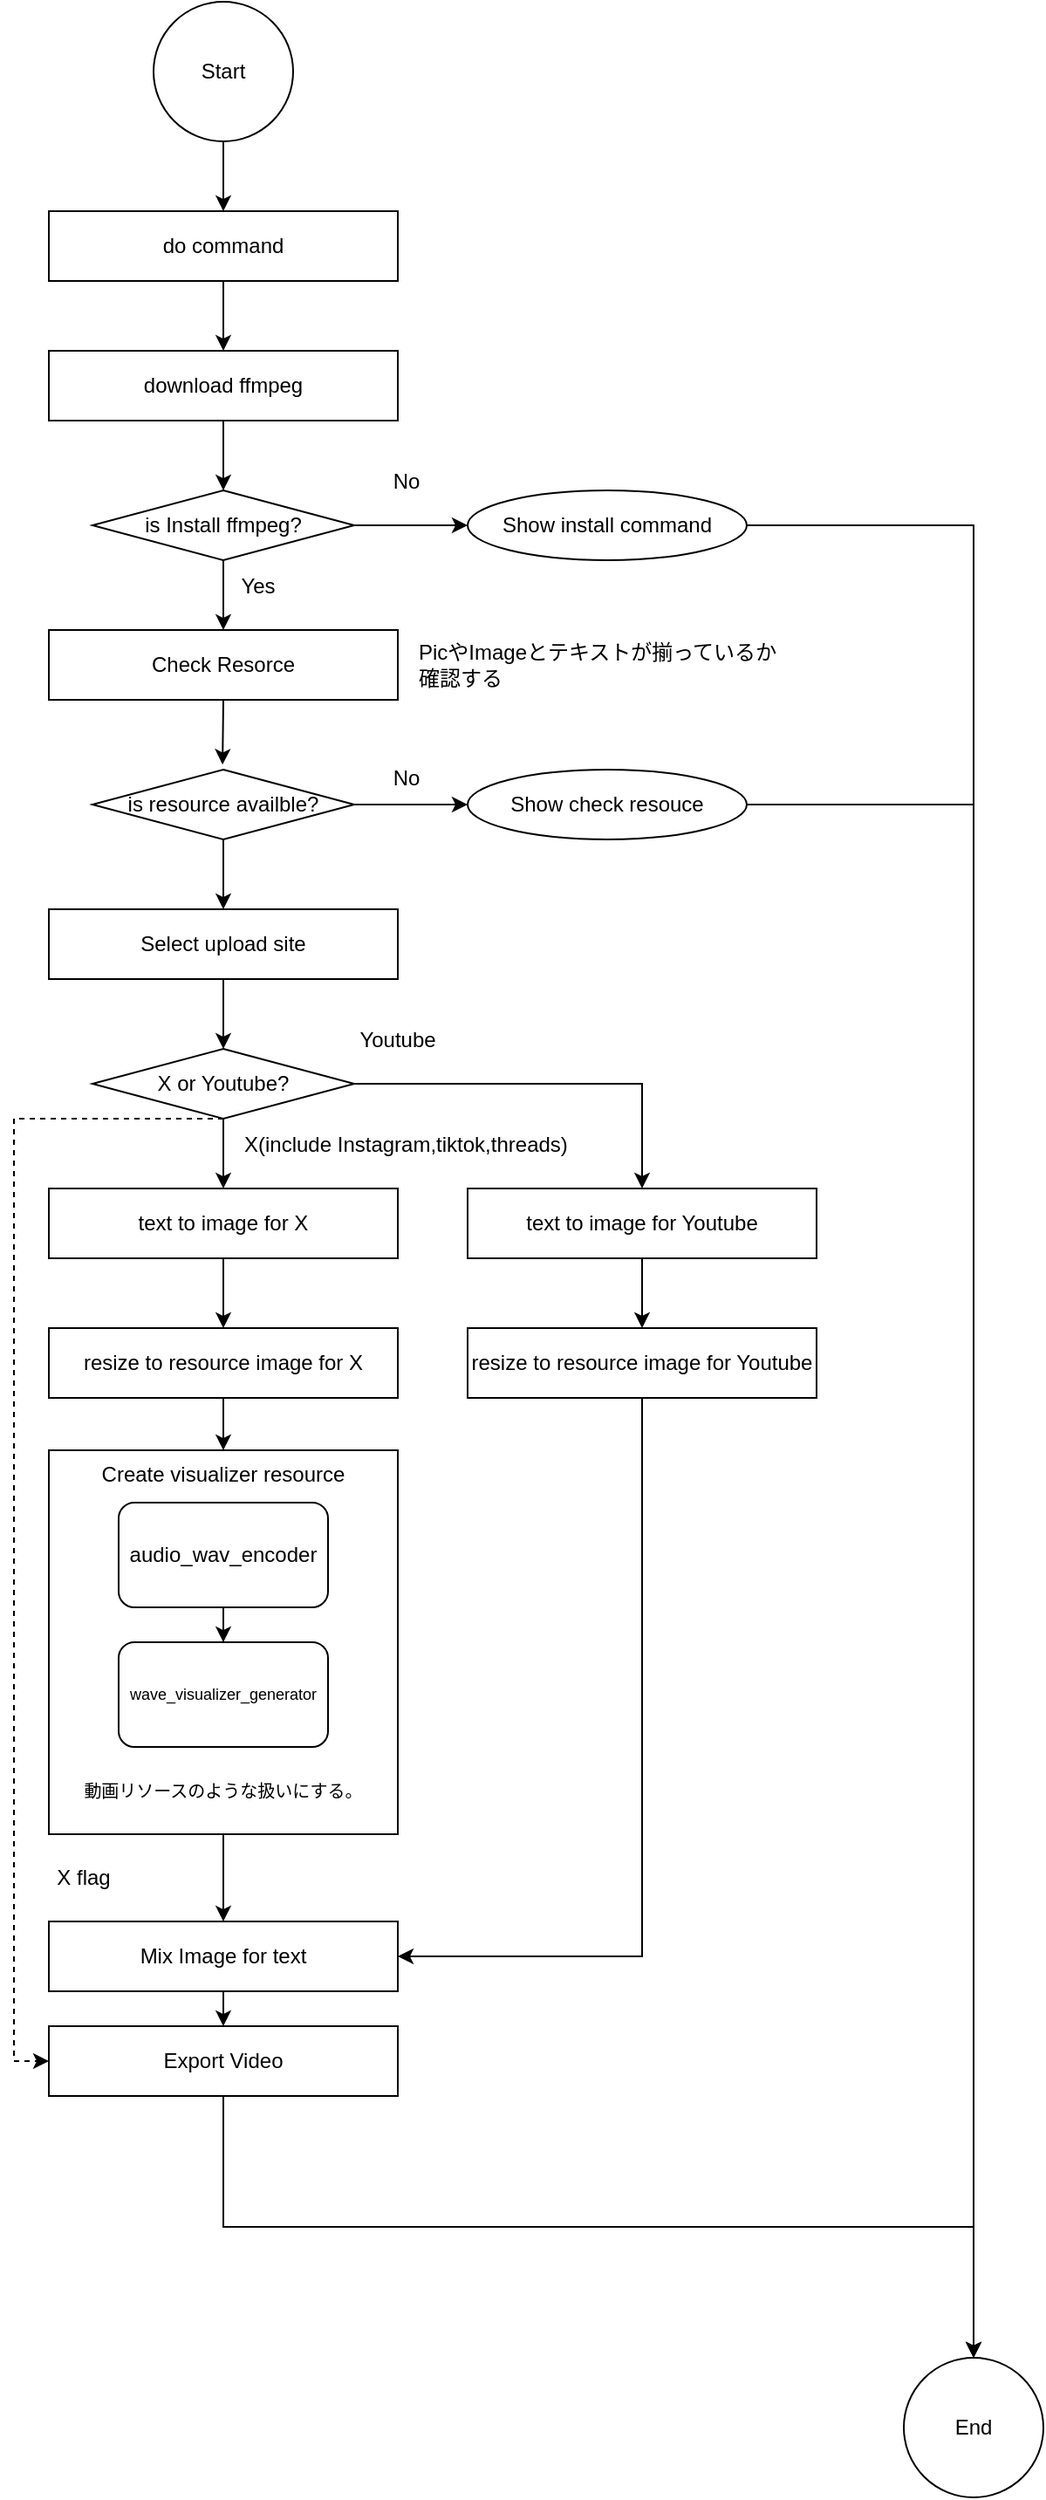
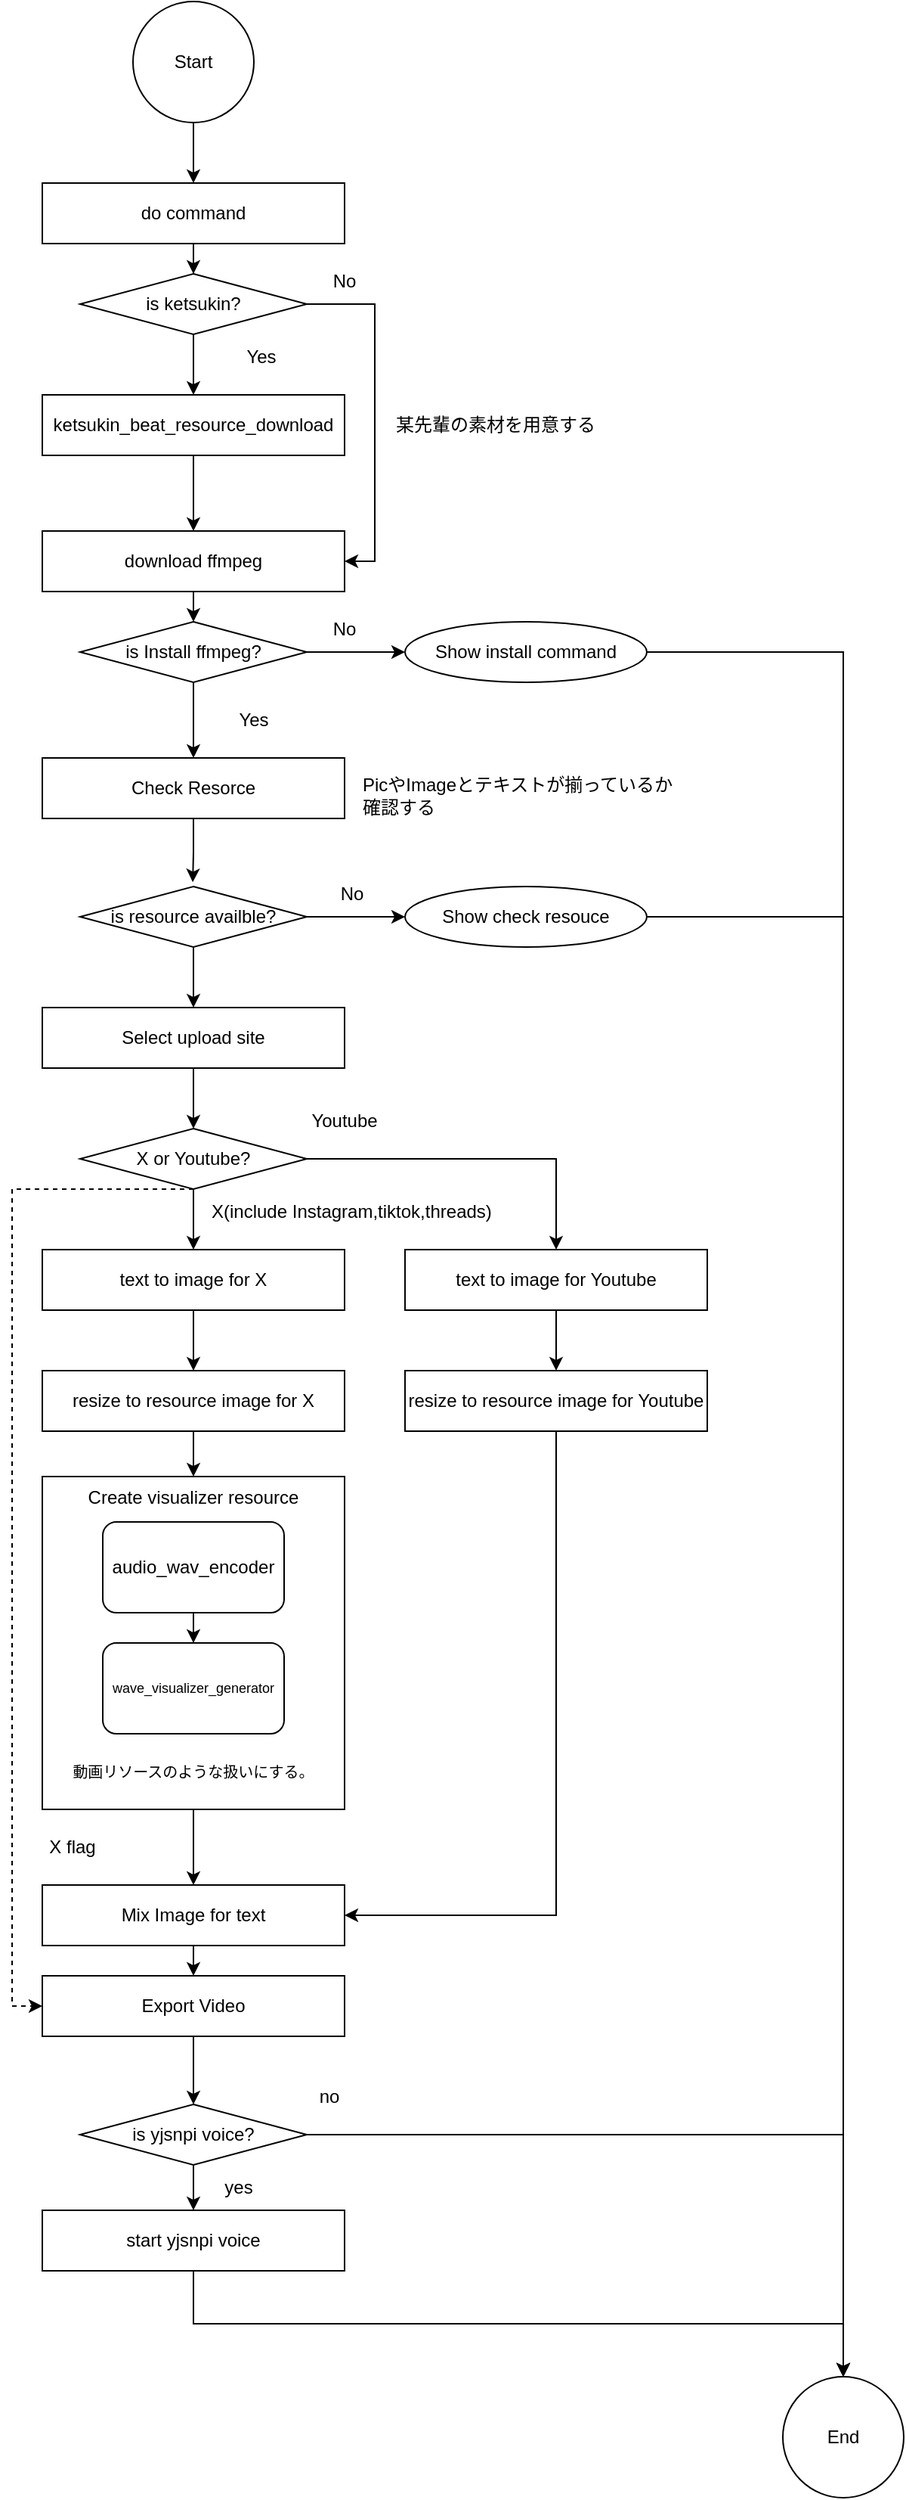
- <mxfile host="Electron" agent="Mozilla/5.0 (X11; Linux x86_64) AppleWebKit/537.36 (KHTML, like Gecko) draw.io/29.6.6 Chrome/144.0.7559.236 Electron/40.8.4 Safari/537.36" version="29.6.6">
+ <mxfile host="Electron" agent="Mozilla/5.0 (X11; Linux x86_64) AppleWebKit/537.36 (KHTML, like Gecko) draw.io/29.6.6 Chrome/144.0.7559.236 Electron/40.8.4 Safari/537.36">
  <diagram name="ページ-1" id="6JKJIOsoURyhCwaFBJSy">
-     <mxGraphModel dx="606" dy="379" grid="1" gridSize="10" guides="1" tooltips="1" connect="1" arrows="1" fold="1" page="1" pageScale="1" pageWidth="827" pageHeight="1169" math="0" shadow="0">
+     <mxGraphModel dx="491" dy="714" grid="1" gridSize="10" guides="1" tooltips="1" connect="1" arrows="1" fold="1" page="1" pageScale="1" pageWidth="827" pageHeight="1169" math="0" shadow="0">
      <root>
        <mxCell id="0" />
        <mxCell id="1" parent="0" />
        <mxCell id="oFxsUnqLAWK3JcWDMuzW-7" edge="1" parent="1" source="oFxsUnqLAWK3JcWDMuzW-3" style="edgeStyle=orthogonalEdgeStyle;rounded=0;orthogonalLoop=1;jettySize=auto;html=1;exitX=0.5;exitY=1;exitDx=0;exitDy=0;entryX=0.5;entryY=0;entryDx=0;entryDy=0;" target="oFxsUnqLAWK3JcWDMuzW-6">
          <mxGeometry relative="1" as="geometry" />
        </mxCell>
        <mxCell id="oFxsUnqLAWK3JcWDMuzW-3" parent="1" style="rounded=0;whiteSpace=wrap;html=1;" value="download ffmpeg" vertex="1">
-           <mxGeometry height="40" width="200" x="40" y="240" as="geometry" />
+           <mxGeometry height="40" width="200" x="40" y="360" as="geometry" />
+         </mxCell>
+         <mxCell id="OeID72aS5qTnFy26xbNs-3" edge="1" parent="1" source="oFxsUnqLAWK3JcWDMuzW-4" style="edgeStyle=orthogonalEdgeStyle;rounded=0;orthogonalLoop=1;jettySize=auto;html=1;entryX=0.5;entryY=0;entryDx=0;entryDy=0;" target="OeID72aS5qTnFy26xbNs-2">
+           <mxGeometry relative="1" as="geometry" />
        </mxCell>
        <mxCell id="oFxsUnqLAWK3JcWDMuzW-4" parent="1" style="rounded=0;whiteSpace=wrap;html=1;" value="do command" vertex="1">
-           <mxGeometry height="40" width="200" x="40" y="160" as="geometry" />
-         </mxCell>
-         <mxCell id="oFxsUnqLAWK3JcWDMuzW-5" edge="1" parent="1" source="oFxsUnqLAWK3JcWDMuzW-4" style="edgeStyle=orthogonalEdgeStyle;rounded=0;orthogonalLoop=1;jettySize=auto;html=1;exitX=0.5;exitY=1;exitDx=0;exitDy=0;entryX=0.5;entryY=0;entryDx=0;entryDy=0;" target="oFxsUnqLAWK3JcWDMuzW-3">
-           <mxGeometry relative="1" as="geometry">
-             <mxPoint x="190" y="220" as="targetPoint" />
-           </mxGeometry>
-         </mxCell>
-         <mxCell id="oFxsUnqLAWK3JcWDMuzW-23" edge="1" parent="1" source="oFxsUnqLAWK3JcWDMuzW-6" style="edgeStyle=orthogonalEdgeStyle;rounded=0;orthogonalLoop=1;jettySize=auto;html=1;exitX=0.5;exitY=1;exitDx=0;exitDy=0;entryX=0.5;entryY=0;entryDx=0;entryDy=0;" target="oFxsUnqLAWK3JcWDMuzW-22">
-           <mxGeometry relative="1" as="geometry" />
+           <mxGeometry height="40" width="200" x="40" y="130" as="geometry" />
        </mxCell>
        <mxCell id="DIZuPNYMKfpXQcljgCdc-13" edge="1" parent="1" source="oFxsUnqLAWK3JcWDMuzW-6" style="edgeStyle=orthogonalEdgeStyle;rounded=0;orthogonalLoop=1;jettySize=auto;html=1;exitX=1;exitY=0.5;exitDx=0;exitDy=0;entryX=0;entryY=0.5;entryDx=0;entryDy=0;" target="oFxsUnqLAWK3JcWDMuzW-15">
          <mxGeometry relative="1" as="geometry" />
        </mxCell>
+         <mxCell id="OeID72aS5qTnFy26xbNs-6" edge="1" parent="1" source="oFxsUnqLAWK3JcWDMuzW-6" style="edgeStyle=orthogonalEdgeStyle;rounded=0;orthogonalLoop=1;jettySize=auto;html=1;exitX=0.5;exitY=1;exitDx=0;exitDy=0;" target="oFxsUnqLAWK3JcWDMuzW-22">
+           <mxGeometry relative="1" as="geometry" />
+         </mxCell>
        <mxCell id="oFxsUnqLAWK3JcWDMuzW-6" parent="1" style="rhombus;whiteSpace=wrap;html=1;" value="is Install ffmpeg?" vertex="1">
-           <mxGeometry height="40" width="150" x="65" y="320" as="geometry" />
+           <mxGeometry height="40" width="150" x="65" y="420" as="geometry" />
        </mxCell>
        <mxCell id="oFxsUnqLAWK3JcWDMuzW-19" edge="1" parent="1" source="oFxsUnqLAWK3JcWDMuzW-15" style="edgeStyle=orthogonalEdgeStyle;rounded=0;orthogonalLoop=1;jettySize=auto;html=1;exitX=1;exitY=0.5;exitDx=0;exitDy=0;entryX=0.5;entryY=0;entryDx=0;entryDy=0;" target="oFxsUnqLAWK3JcWDMuzW-16">
          <mxGeometry relative="1" as="geometry" />
        </mxCell>
        <mxCell id="oFxsUnqLAWK3JcWDMuzW-15" parent="1" style="ellipse;whiteSpace=wrap;html=1;" value="Show install command" vertex="1">
-           <mxGeometry height="40" width="160" x="280" y="320" as="geometry" />
+           <mxGeometry height="40" width="160" x="280" y="420" as="geometry" />
        </mxCell>
        <mxCell id="oFxsUnqLAWK3JcWDMuzW-16" parent="1" style="ellipse;whiteSpace=wrap;html=1;aspect=fixed;" value="End" vertex="1">
-           <mxGeometry height="80" width="80" x="530" y="1390" as="geometry" />
+           <mxGeometry height="80" width="80" x="530" y="1580" as="geometry" />
        </mxCell>
        <mxCell id="oFxsUnqLAWK3JcWDMuzW-18" edge="1" parent="1" source="oFxsUnqLAWK3JcWDMuzW-17" style="edgeStyle=orthogonalEdgeStyle;rounded=0;orthogonalLoop=1;jettySize=auto;html=1;exitX=0.5;exitY=1;exitDx=0;exitDy=0;entryX=0.5;entryY=0;entryDx=0;entryDy=0;" target="oFxsUnqLAWK3JcWDMuzW-4">
          <mxGeometry relative="1" as="geometry" />
        </mxCell>
        <mxCell id="oFxsUnqLAWK3JcWDMuzW-17" parent="1" style="ellipse;whiteSpace=wrap;html=1;aspect=fixed;" value="Start" vertex="1">
-           <mxGeometry height="80" width="80" x="100" y="40" as="geometry" />
+           <mxGeometry height="80" width="80" x="100" y="10" as="geometry" />
        </mxCell>
        <mxCell id="oFxsUnqLAWK3JcWDMuzW-20" parent="1" style="text;html=1;whiteSpace=wrap;strokeColor=none;fillColor=none;align=center;verticalAlign=middle;rounded=0;" value="No" vertex="1">
-           <mxGeometry height="30" width="60" x="215" y="300" as="geometry" />
+           <mxGeometry height="30" width="60" x="210" y="410" as="geometry" />
        </mxCell>
        <mxCell id="oFxsUnqLAWK3JcWDMuzW-22" parent="1" style="rounded=0;whiteSpace=wrap;html=1;" value="Check Resorce" vertex="1">
-           <mxGeometry height="40" width="200" x="40" y="400" as="geometry" />
+           <mxGeometry height="40" width="200" x="40" y="510" as="geometry" />
        </mxCell>
        <mxCell id="oFxsUnqLAWK3JcWDMuzW-24" parent="1" style="text;html=1;whiteSpace=wrap;strokeColor=none;fillColor=none;align=center;verticalAlign=middle;rounded=0;" value="Yes" vertex="1">
-           <mxGeometry height="30" width="60" x="130" y="360" as="geometry" />
+           <mxGeometry height="30" width="60" x="150" y="470" as="geometry" />
        </mxCell>
        <mxCell id="oFxsUnqLAWK3JcWDMuzW-25" parent="1" style="text;html=1;whiteSpace=wrap;strokeColor=none;fillColor=none;align=left;verticalAlign=middle;rounded=0;" value="PicやImageとテキストが揃っているか確認する" vertex="1">
-           <mxGeometry height="30" width="210" x="250" y="405" as="geometry" />
+           <mxGeometry height="30" width="210" x="250" y="520" as="geometry" />
        </mxCell>
        <mxCell id="DIZuPNYMKfpXQcljgCdc-4" edge="1" parent="1" source="DIZuPNYMKfpXQcljgCdc-1" style="edgeStyle=orthogonalEdgeStyle;rounded=0;orthogonalLoop=1;jettySize=auto;html=1;exitX=1;exitY=0.5;exitDx=0;exitDy=0;entryX=0;entryY=0.5;entryDx=0;entryDy=0;" target="DIZuPNYMKfpXQcljgCdc-3">
          <mxGeometry relative="1" as="geometry" />
        </mxCell>
        <mxCell id="DIZuPNYMKfpXQcljgCdc-15" edge="1" parent="1" source="DIZuPNYMKfpXQcljgCdc-1" style="edgeStyle=orthogonalEdgeStyle;rounded=0;orthogonalLoop=1;jettySize=auto;html=1;exitX=0.5;exitY=1;exitDx=0;exitDy=0;entryX=0.5;entryY=0;entryDx=0;entryDy=0;" target="DIZuPNYMKfpXQcljgCdc-14">
          <mxGeometry relative="1" as="geometry" />
        </mxCell>
        <mxCell id="DIZuPNYMKfpXQcljgCdc-1" parent="1" style="rhombus;whiteSpace=wrap;html=1;" value="is resource availble?" vertex="1">
-           <mxGeometry height="40" width="150" x="65" y="480" as="geometry" />
+           <mxGeometry height="40" width="150" x="65" y="595" as="geometry" />
        </mxCell>
        <mxCell id="DIZuPNYMKfpXQcljgCdc-2" edge="1" parent="1" source="oFxsUnqLAWK3JcWDMuzW-22" style="edgeStyle=orthogonalEdgeStyle;rounded=0;orthogonalLoop=1;jettySize=auto;html=1;exitX=0.5;exitY=1;exitDx=0;exitDy=0;entryX=0.497;entryY=-0.071;entryDx=0;entryDy=0;entryPerimeter=0;" target="DIZuPNYMKfpXQcljgCdc-1">
-           <mxGeometry relative="1" as="geometry" />
+           <mxGeometry relative="1" as="geometry">
+             <mxPoint x="140" y="555" as="sourcePoint" />
+           </mxGeometry>
        </mxCell>
        <mxCell id="DIZuPNYMKfpXQcljgCdc-5" edge="1" parent="1" source="DIZuPNYMKfpXQcljgCdc-3" style="edgeStyle=orthogonalEdgeStyle;rounded=0;orthogonalLoop=1;jettySize=auto;html=1;exitX=1;exitY=0.5;exitDx=0;exitDy=0;entryX=0.5;entryY=0;entryDx=0;entryDy=0;" target="oFxsUnqLAWK3JcWDMuzW-16">
          <mxGeometry relative="1" as="geometry" />
        </mxCell>
        <mxCell id="DIZuPNYMKfpXQcljgCdc-3" parent="1" style="ellipse;whiteSpace=wrap;html=1;" value="Show check resouce" vertex="1">
-           <mxGeometry height="40" width="160" x="280" y="480" as="geometry" />
+           <mxGeometry height="40" width="160" x="280" y="595" as="geometry" />
        </mxCell>
        <mxCell id="DIZuPNYMKfpXQcljgCdc-6" parent="1" style="text;html=1;whiteSpace=wrap;strokeColor=none;fillColor=none;align=center;verticalAlign=middle;rounded=0;" value="No" vertex="1">
-           <mxGeometry height="30" width="60" x="215" y="470" as="geometry" />
+           <mxGeometry height="30" width="60" x="215" y="585" as="geometry" />
        </mxCell>
        <mxCell id="gJagic9Y_sWXbMIieYUf-6" edge="1" parent="1" source="DIZuPNYMKfpXQcljgCdc-7" style="edgeStyle=orthogonalEdgeStyle;rounded=0;orthogonalLoop=1;jettySize=auto;html=1;exitX=0.5;exitY=1;exitDx=0;exitDy=0;entryX=0.5;entryY=0;entryDx=0;entryDy=0;" target="gJagic9Y_sWXbMIieYUf-3">
          <mxGeometry relative="1" as="geometry" />
        </mxCell>
        <mxCell id="DIZuPNYMKfpXQcljgCdc-7" parent="1" style="rounded=0;whiteSpace=wrap;html=1;" value="text to image for X" vertex="1">
-           <mxGeometry height="40" width="200" x="40" y="720" as="geometry" />
+           <mxGeometry height="40" width="200" x="40" y="835" as="geometry" />
        </mxCell>
        <mxCell id="gJagic9Y_sWXbMIieYUf-15" edge="1" parent="1" source="DIZuPNYMKfpXQcljgCdc-10" style="edgeStyle=orthogonalEdgeStyle;rounded=0;orthogonalLoop=1;jettySize=auto;html=1;exitX=0.5;exitY=1;exitDx=0;exitDy=0;entryX=0.5;entryY=0;entryDx=0;entryDy=0;" target="gJagic9Y_sWXbMIieYUf-10">
          <mxGeometry relative="1" as="geometry" />
        </mxCell>
        <mxCell id="DIZuPNYMKfpXQcljgCdc-10" parent="1" style="rounded=0;whiteSpace=wrap;html=1;" value="Mix Image for text" vertex="1">
-           <mxGeometry height="40" width="200" x="40" y="1140" as="geometry" />
+           <mxGeometry height="40" width="200" x="40" y="1255" as="geometry" />
        </mxCell>
        <mxCell id="DIZuPNYMKfpXQcljgCdc-17" edge="1" parent="1" source="DIZuPNYMKfpXQcljgCdc-14" style="edgeStyle=orthogonalEdgeStyle;rounded=0;orthogonalLoop=1;jettySize=auto;html=1;exitX=0.5;exitY=1;exitDx=0;exitDy=0;entryX=0.5;entryY=0;entryDx=0;entryDy=0;" target="DIZuPNYMKfpXQcljgCdc-16">
          <mxGeometry relative="1" as="geometry" />
        </mxCell>
        <mxCell id="DIZuPNYMKfpXQcljgCdc-14" parent="1" style="rounded=0;whiteSpace=wrap;html=1;" value="Select upload site" vertex="1">
-           <mxGeometry height="40" width="200" x="40" y="560" as="geometry" />
+           <mxGeometry height="40" width="200" x="40" y="675" as="geometry" />
        </mxCell>
        <mxCell id="vhGzbowb0dWBPeKZ3N6s-1" edge="1" parent="1" source="DIZuPNYMKfpXQcljgCdc-16" style="edgeStyle=orthogonalEdgeStyle;rounded=0;orthogonalLoop=1;jettySize=auto;html=1;exitX=0.5;exitY=1;exitDx=0;exitDy=0;" target="DIZuPNYMKfpXQcljgCdc-7">
          <mxGeometry relative="1" as="geometry" />
        </mxCell>
        <mxCell id="gJagic9Y_sWXbMIieYUf-13" edge="1" parent="1" source="DIZuPNYMKfpXQcljgCdc-16" style="edgeStyle=orthogonalEdgeStyle;rounded=0;orthogonalLoop=1;jettySize=auto;html=1;exitX=0.5;exitY=1;exitDx=0;exitDy=0;entryX=0;entryY=0.5;entryDx=0;entryDy=0;dashed=1;" target="gJagic9Y_sWXbMIieYUf-10">
          <mxGeometry relative="1" as="geometry">
            <Array as="points">
-               <mxPoint x="20" y="680" />
-               <mxPoint x="20" y="1220" />
+               <mxPoint x="20" y="795" />
+               <mxPoint x="20" y="1335" />
            </Array>
          </mxGeometry>
        </mxCell>
        <mxCell id="DIZuPNYMKfpXQcljgCdc-16" parent="1" style="rhombus;whiteSpace=wrap;html=1;" value="X or Youtube?" vertex="1">
-           <mxGeometry height="40" width="150" x="65" y="640" as="geometry" />
+           <mxGeometry height="40" width="150" x="65" y="755" as="geometry" />
        </mxCell>
        <mxCell id="vhGzbowb0dWBPeKZ3N6s-2" parent="1" style="rounded=0;whiteSpace=wrap;html=1;" value="text to image for Youtube" vertex="1">
-           <mxGeometry height="40" width="200" x="280" y="720" as="geometry" />
+           <mxGeometry height="40" width="200" x="280" y="835" as="geometry" />
        </mxCell>
        <mxCell id="vhGzbowb0dWBPeKZ3N6s-3" edge="1" parent="1" source="DIZuPNYMKfpXQcljgCdc-16" style="edgeStyle=orthogonalEdgeStyle;rounded=0;orthogonalLoop=1;jettySize=auto;html=1;exitX=1;exitY=0.5;exitDx=0;exitDy=0;" target="vhGzbowb0dWBPeKZ3N6s-2">
          <mxGeometry relative="1" as="geometry">
-             <mxPoint x="380" y="720" as="targetPoint" />
+             <mxPoint x="380" y="835" as="targetPoint" />
          </mxGeometry>
        </mxCell>
        <mxCell id="gJagic9Y_sWXbMIieYUf-2" parent="1" style="text;html=1;whiteSpace=wrap;strokeColor=none;fillColor=none;align=left;verticalAlign=middle;rounded=0;" value="X(include&amp;nbsp;Instagram,tiktok,threads)" vertex="1">
-           <mxGeometry height="30" width="60" x="150" y="680" as="geometry" />
+           <mxGeometry height="30" width="60" x="150" y="795" as="geometry" />
        </mxCell>
        <mxCell id="gJagic9Y_sWXbMIieYUf-7" edge="1" parent="1" source="M5bY66jBs89uF1czBIwP-1" style="edgeStyle=orthogonalEdgeStyle;rounded=0;orthogonalLoop=1;jettySize=auto;html=1;exitX=0.5;exitY=1;exitDx=0;exitDy=0;entryX=0.5;entryY=0;entryDx=0;entryDy=0;" target="DIZuPNYMKfpXQcljgCdc-10">
          <mxGeometry relative="1" as="geometry" />
        </mxCell>
        <mxCell id="M5bY66jBs89uF1czBIwP-11" edge="1" parent="1" source="gJagic9Y_sWXbMIieYUf-3" style="edgeStyle=orthogonalEdgeStyle;rounded=0;orthogonalLoop=1;jettySize=auto;html=1;exitX=0.5;exitY=1;exitDx=0;exitDy=0;entryX=0.5;entryY=0;entryDx=0;entryDy=0;" target="M5bY66jBs89uF1czBIwP-1">
          <mxGeometry relative="1" as="geometry" />
        </mxCell>
        <mxCell id="gJagic9Y_sWXbMIieYUf-3" parent="1" style="rounded=0;whiteSpace=wrap;html=1;" value="resize to resource image for X" vertex="1">
-           <mxGeometry height="40" width="200" x="40" y="800" as="geometry" />
+           <mxGeometry height="40" width="200" x="40" y="915" as="geometry" />
        </mxCell>
        <mxCell id="gJagic9Y_sWXbMIieYUf-8" edge="1" parent="1" source="gJagic9Y_sWXbMIieYUf-4" style="edgeStyle=orthogonalEdgeStyle;rounded=0;orthogonalLoop=1;jettySize=auto;html=1;exitX=0.5;exitY=1;exitDx=0;exitDy=0;entryX=1;entryY=0.5;entryDx=0;entryDy=0;" target="DIZuPNYMKfpXQcljgCdc-10">
          <mxGeometry relative="1" as="geometry" />
        </mxCell>
        <mxCell id="gJagic9Y_sWXbMIieYUf-4" parent="1" style="rounded=0;whiteSpace=wrap;html=1;" value="resize to resource image for Youtube" vertex="1">
-           <mxGeometry height="40" width="200" x="280" y="800" as="geometry" />
+           <mxGeometry height="40" width="200" x="280" y="915" as="geometry" />
        </mxCell>
        <mxCell id="gJagic9Y_sWXbMIieYUf-5" edge="1" parent="1" source="vhGzbowb0dWBPeKZ3N6s-2" style="edgeStyle=orthogonalEdgeStyle;rounded=0;orthogonalLoop=1;jettySize=auto;html=1;exitX=0.5;exitY=1;exitDx=0;exitDy=0;entryX=0.5;entryY=0;entryDx=0;entryDy=0;" target="gJagic9Y_sWXbMIieYUf-4">
          <mxGeometry relative="1" as="geometry">
-             <mxPoint x="390" y="790" as="targetPoint" />
+             <mxPoint x="390" y="905" as="targetPoint" />
          </mxGeometry>
        </mxCell>
        <mxCell id="gJagic9Y_sWXbMIieYUf-9" parent="1" style="text;html=1;whiteSpace=wrap;strokeColor=none;fillColor=none;align=center;verticalAlign=middle;rounded=0;" value="Youtube" vertex="1">
-           <mxGeometry height="30" width="60" x="210" y="620" as="geometry" />
-         </mxCell>
-         <mxCell id="gJagic9Y_sWXbMIieYUf-16" edge="1" parent="1" source="gJagic9Y_sWXbMIieYUf-10" style="edgeStyle=orthogonalEdgeStyle;rounded=0;orthogonalLoop=1;jettySize=auto;html=1;exitX=0.5;exitY=1;exitDx=0;exitDy=0;" target="oFxsUnqLAWK3JcWDMuzW-16">
+           <mxGeometry height="30" width="60" x="210" y="735" as="geometry" />
+         </mxCell>
+         <mxCell id="OeID72aS5qTnFy26xbNs-17" edge="1" parent="1" source="gJagic9Y_sWXbMIieYUf-10" style="edgeStyle=orthogonalEdgeStyle;rounded=0;orthogonalLoop=1;jettySize=auto;html=1;exitX=0.5;exitY=1;exitDx=0;exitDy=0;" target="OeID72aS5qTnFy26xbNs-16">
          <mxGeometry relative="1" as="geometry" />
        </mxCell>
        <mxCell id="gJagic9Y_sWXbMIieYUf-10" parent="1" style="rounded=0;whiteSpace=wrap;html=1;" value="Export Video" vertex="1">
-           <mxGeometry height="40" width="200" x="40" y="1200" as="geometry" />
+           <mxGeometry height="40" width="200" x="40" y="1315" as="geometry" />
        </mxCell>
        <mxCell id="gJagic9Y_sWXbMIieYUf-14" parent="1" style="text;html=1;whiteSpace=wrap;strokeColor=none;fillColor=none;align=center;verticalAlign=middle;rounded=0;" value="X flag" vertex="1">
-           <mxGeometry height="30" width="60" x="30" y="1100" as="geometry" />
+           <mxGeometry height="30" width="60" x="30" y="1215" as="geometry" />
        </mxCell>
        <mxCell id="M5bY66jBs89uF1czBIwP-1" parent="1" style="rounded=0;whiteSpace=wrap;html=1;verticalAlign=top;" value="Create visualizer resource" vertex="1">
-           <mxGeometry height="220" width="200" x="40" y="870" as="geometry" />
+           <mxGeometry height="220" width="200" x="40" y="985" as="geometry" />
        </mxCell>
        <mxCell id="M5bY66jBs89uF1czBIwP-12" edge="1" parent="1" source="M5bY66jBs89uF1czBIwP-4" style="edgeStyle=orthogonalEdgeStyle;rounded=0;orthogonalLoop=1;jettySize=auto;html=1;" target="M5bY66jBs89uF1czBIwP-5" value="">
          <mxGeometry relative="1" as="geometry" />
        </mxCell>
        <mxCell id="M5bY66jBs89uF1czBIwP-4" parent="1" style="rounded=1;whiteSpace=wrap;html=1;" value="&lt;div&gt;audio_wav_encoder&lt;/div&gt;" vertex="1">
-           <mxGeometry height="60" width="120" x="80" y="900" as="geometry" />
+           <mxGeometry height="60" width="120" x="80" y="1015" as="geometry" />
        </mxCell>
        <mxCell id="M5bY66jBs89uF1czBIwP-5" parent="1" style="rounded=1;whiteSpace=wrap;html=1;autosizeText=1;fontSize=9;" value="&lt;div&gt;wave_visualizer_generator&lt;/div&gt;" vertex="1">
-           <mxGeometry height="60" width="120" x="80" y="980" as="geometry" />
+           <mxGeometry height="60" width="120" x="80" y="1095" as="geometry" />
        </mxCell>
        <mxCell id="M5bY66jBs89uF1czBIwP-13" parent="1" style="text;html=1;whiteSpace=wrap;strokeColor=none;fillColor=none;align=center;verticalAlign=middle;rounded=0;autosizeText=1;fontSize=10;" value="動画リソースのような扱いにする。" vertex="1">
-           <mxGeometry height="30" width="170" x="55" y="1050" as="geometry" />
+           <mxGeometry height="30" width="170" x="55" y="1165" as="geometry" />
+         </mxCell>
+         <mxCell id="OeID72aS5qTnFy26xbNs-14" edge="1" parent="1" source="OeID72aS5qTnFy26xbNs-1" style="edgeStyle=orthogonalEdgeStyle;rounded=0;orthogonalLoop=1;jettySize=auto;html=1;exitX=0.5;exitY=1;exitDx=0;exitDy=0;" target="oFxsUnqLAWK3JcWDMuzW-3">
+           <mxGeometry relative="1" as="geometry" />
+         </mxCell>
+         <mxCell id="OeID72aS5qTnFy26xbNs-1" parent="1" style="rounded=0;whiteSpace=wrap;html=1;" value="ketsukin_beat_resource_download" vertex="1">
+           <mxGeometry height="40" width="200" x="40" y="270" as="geometry" />
+         </mxCell>
+         <mxCell id="OeID72aS5qTnFy26xbNs-8" edge="1" parent="1" source="OeID72aS5qTnFy26xbNs-2" style="edgeStyle=orthogonalEdgeStyle;rounded=0;orthogonalLoop=1;jettySize=auto;html=1;" target="OeID72aS5qTnFy26xbNs-1" value="">
+           <mxGeometry relative="1" as="geometry" />
+         </mxCell>
+         <mxCell id="OeID72aS5qTnFy26xbNs-9" edge="1" parent="1" source="OeID72aS5qTnFy26xbNs-2" style="edgeStyle=orthogonalEdgeStyle;rounded=0;orthogonalLoop=1;jettySize=auto;html=1;entryX=1;entryY=0.5;entryDx=0;entryDy=0;" target="oFxsUnqLAWK3JcWDMuzW-3">
+           <mxGeometry relative="1" as="geometry">
+             <Array as="points">
+               <mxPoint x="260" y="210" />
+               <mxPoint x="260" y="380" />
+             </Array>
+           </mxGeometry>
+         </mxCell>
+         <mxCell id="OeID72aS5qTnFy26xbNs-2" parent="1" style="rhombus;whiteSpace=wrap;html=1;" value="is ketsukin?" vertex="1">
+           <mxGeometry height="40" width="150" x="65" y="190" as="geometry" />
+         </mxCell>
+         <mxCell id="OeID72aS5qTnFy26xbNs-10" parent="1" style="text;html=1;whiteSpace=wrap;strokeColor=none;fillColor=none;align=center;verticalAlign=middle;rounded=0;" value="No" vertex="1">
+           <mxGeometry height="30" width="60" x="210" y="180" as="geometry" />
+         </mxCell>
+         <mxCell id="OeID72aS5qTnFy26xbNs-11" parent="1" style="text;html=1;whiteSpace=wrap;strokeColor=none;fillColor=none;align=center;verticalAlign=middle;rounded=0;" value="Yes" vertex="1">
+           <mxGeometry height="30" width="60" x="155" y="230" as="geometry" />
+         </mxCell>
+         <mxCell id="OeID72aS5qTnFy26xbNs-15" parent="1" style="text;html=1;whiteSpace=wrap;strokeColor=none;fillColor=none;align=center;verticalAlign=middle;rounded=0;" value="某先輩の素材を用意する" vertex="1">
+           <mxGeometry height="20" width="140" x="270" y="280" as="geometry" />
+         </mxCell>
+         <mxCell id="OeID72aS5qTnFy26xbNs-20" edge="1" parent="1" source="OeID72aS5qTnFy26xbNs-16" style="edgeStyle=orthogonalEdgeStyle;rounded=0;orthogonalLoop=1;jettySize=auto;html=1;" target="OeID72aS5qTnFy26xbNs-19" value="">
+           <mxGeometry relative="1" as="geometry" />
+         </mxCell>
+         <mxCell id="OeID72aS5qTnFy26xbNs-23" edge="1" parent="1" source="OeID72aS5qTnFy26xbNs-16" style="edgeStyle=orthogonalEdgeStyle;rounded=0;orthogonalLoop=1;jettySize=auto;html=1;exitX=1;exitY=0.5;exitDx=0;exitDy=0;entryX=0.5;entryY=0;entryDx=0;entryDy=0;" target="oFxsUnqLAWK3JcWDMuzW-16">
+           <mxGeometry relative="1" as="geometry" />
+         </mxCell>
+         <mxCell id="OeID72aS5qTnFy26xbNs-16" parent="1" style="rhombus;whiteSpace=wrap;html=1;" value="is yjsnpi voice?" vertex="1">
+           <mxGeometry height="40" width="150" x="65" y="1400" as="geometry" />
+         </mxCell>
+         <mxCell id="OeID72aS5qTnFy26xbNs-22" edge="1" parent="1" source="OeID72aS5qTnFy26xbNs-19" style="edgeStyle=orthogonalEdgeStyle;rounded=0;orthogonalLoop=1;jettySize=auto;html=1;exitX=0.5;exitY=1;exitDx=0;exitDy=0;" target="oFxsUnqLAWK3JcWDMuzW-16">
+           <mxGeometry relative="1" as="geometry" />
+         </mxCell>
+         <mxCell id="OeID72aS5qTnFy26xbNs-19" parent="1" style="rounded=0;whiteSpace=wrap;html=1;" value="start yjsnpi voice" vertex="1">
+           <mxGeometry height="40" width="200" x="40" y="1470" as="geometry" />
+         </mxCell>
+         <mxCell id="OeID72aS5qTnFy26xbNs-21" parent="1" style="text;html=1;whiteSpace=wrap;strokeColor=none;fillColor=none;align=center;verticalAlign=middle;rounded=0;" value="yes" vertex="1">
+           <mxGeometry height="30" width="60" x="140" y="1440" as="geometry" />
+         </mxCell>
+         <mxCell id="OeID72aS5qTnFy26xbNs-24" parent="1" style="text;html=1;whiteSpace=wrap;strokeColor=none;fillColor=none;align=center;verticalAlign=middle;rounded=0;" value="no" vertex="1">
+           <mxGeometry height="30" width="60" x="200" y="1380" as="geometry" />
        </mxCell>
      </root>
    </mxGraphModel>
  </diagram>
</mxfile>
